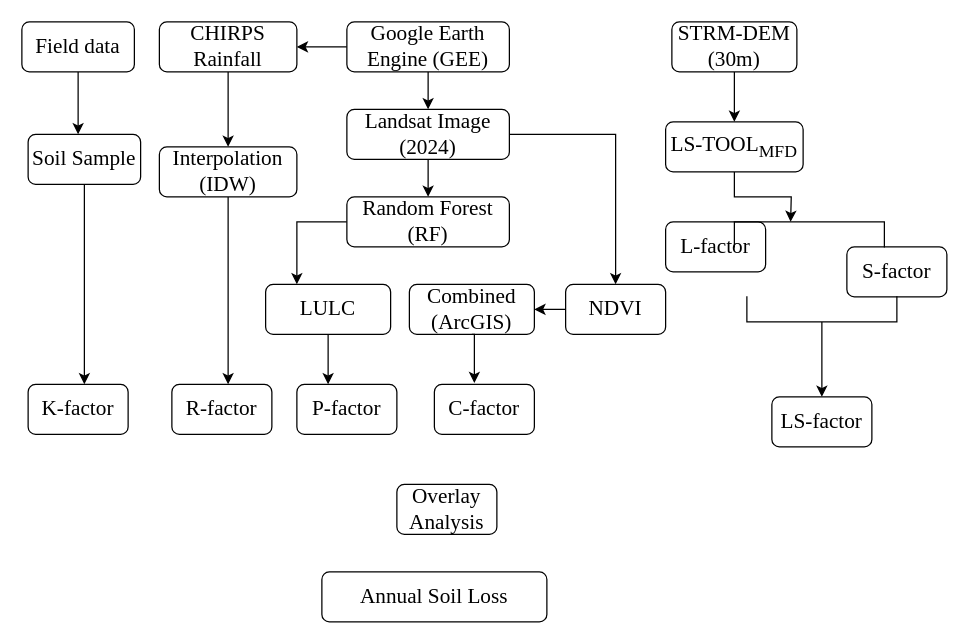
yemioke/PRISMA2020 keeps this draw.io diagram as RUSLE.drawio. Above is the earlier version. Source tidied: cells renumbered, new cells numbered last; positions are measured from the earlier drawing's top-left corner, leaving out a move shared by most shapes. Both pictures are drawn from the tidied source at 125%, with x=0, y=0 at pixel (21, 21).
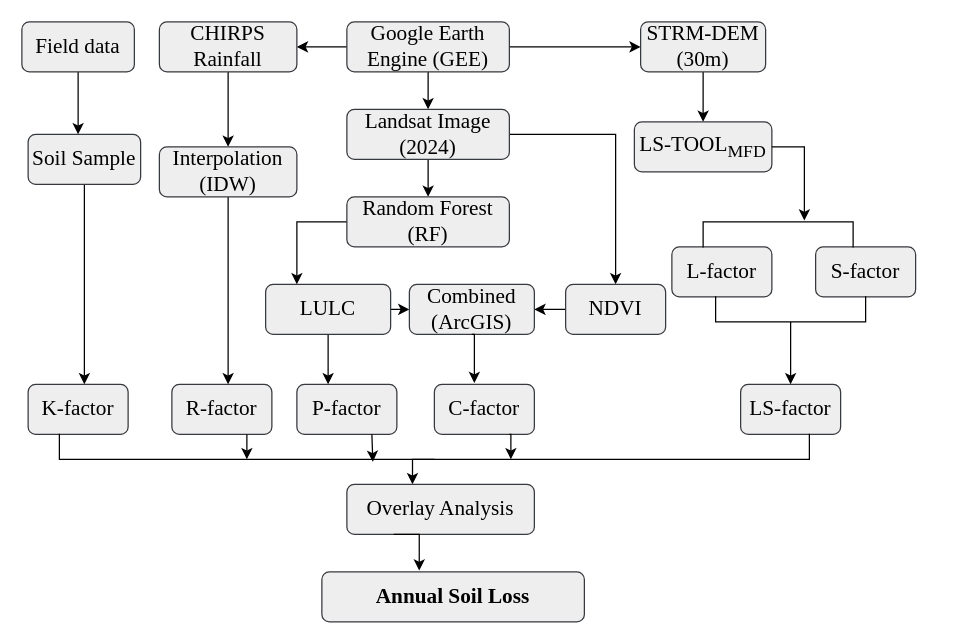
After the change.

The edit, as a diff of the source:
```diff
@@
+    <mxCell id="40" style="edgeStyle=orthogonalEdgeStyle;rounded=0;jettySize=auto;html=1;exitX=1;exitY=0.5;exitDx=0;exitDy=0;entryX=0;entryY=0.5;entryDx=0;entryDy=0;" parent="1" edge="1" source="4" target="22">
+      <mxGeometry relative="1" as="geometry" />
+    </mxCell>
-    <mxCell id="4" value="&lt;font style=&quot;font-size: 17px;&quot; face=&quot;Times New Roman&quot;&gt;Google Earth Engine (GEE)&lt;/font&gt;" style="rounded=1;whiteSpace=wrap;html=1;" parent="1" vertex="1">
+    <mxCell id="4" value="&lt;font style=&quot;font-size: 17px;&quot; face=&quot;Times New Roman&quot;&gt;Google Earth Engine (GEE)&lt;/font&gt;" style="rounded=1;whiteSpace=wrap;html=1;fillColor=#eeeeee;strokeColor=#36393d;" parent="1" vertex="1">
       <mxGeometry x="260" width="130" height="40" as="geometry" />
     </mxCell>
@@
-    <mxCell id="7" value="&lt;font style=&quot;font-size: 17px;&quot; face=&quot;Times New Roman&quot;&gt;Landsat Image (2024)&lt;/font&gt;" style="rounded=1;whiteSpace=wrap;html=1;" parent="1" vertex="1">
+    <mxCell id="7" value="&lt;font style=&quot;font-size: 17px;&quot; face=&quot;Times New Roman&quot;&gt;Landsat Image (2024)&lt;/font&gt;" style="rounded=1;whiteSpace=wrap;html=1;fillColor=#eeeeee;strokeColor=#36393d;" parent="1" vertex="1">
       <mxGeometry x="260" y="70" width="130" height="40" as="geometry" />
     </mxCell>
@@
+    <mxCell id="41" style="edgeStyle=orthogonalEdgeStyle;rounded=0;jettySize=auto;html=1;exitX=1;exitY=0.5;exitDx=0;exitDy=0;entryX=0;entryY=0.5;entryDx=0;entryDy=0;" parent="1" edge="1" source="9" target="38">
+      <mxGeometry relative="1" as="geometry" />
+    </mxCell>
-    <mxCell id="9" value="&lt;font style=&quot;font-size: 17px;&quot; face=&quot;Times New Roman&quot;&gt;LULC&lt;/font&gt;" style="rounded=1;whiteSpace=wrap;html=1;" parent="1" vertex="1">
+    <mxCell id="9" value="&lt;font style=&quot;font-size: 17px;&quot; face=&quot;Times New Roman&quot;&gt;LULC&lt;/font&gt;" style="rounded=1;whiteSpace=wrap;html=1;fillColor=#eeeeee;strokeColor=#36393d;" parent="1" vertex="1">
       <mxGeometry x="195" y="210" width="100" height="40" as="geometry" />
     </mxCell>
@@
-    <mxCell id="11" value="&lt;font style=&quot;font-size: 17px;&quot; face=&quot;Times New Roman&quot;&gt;Random Forest (RF)&lt;/font&gt;" style="rounded=1;whiteSpace=wrap;html=1;" parent="1" vertex="1">
+    <mxCell id="11" value="&lt;font style=&quot;font-size: 17px;&quot; face=&quot;Times New Roman&quot;&gt;Random Forest (RF)&lt;/font&gt;" style="rounded=1;whiteSpace=wrap;html=1;fillColor=#eeeeee;strokeColor=#36393d;" parent="1" vertex="1">
       <mxGeometry x="260" y="140" width="130" height="40" as="geometry" />
     </mxCell>
@@
-    <mxCell id="13" value="&lt;font style=&quot;font-size: 17px;&quot; face=&quot;Times New Roman&quot;&gt;NDVI&lt;/font&gt;" style="rounded=1;whiteSpace=wrap;html=1;" parent="1" vertex="1">
+    <mxCell id="13" value="&lt;font style=&quot;font-size: 17px;&quot; face=&quot;Times New Roman&quot;&gt;NDVI&lt;/font&gt;" style="rounded=1;whiteSpace=wrap;html=1;fillColor=#eeeeee;strokeColor=#36393d;" parent="1" vertex="1">
       <mxGeometry x="435" y="210" width="80" height="40" as="geometry" />
     </mxCell>
-    <mxCell id="14" value="&lt;font style=&quot;font-size: 17px;&quot; face=&quot;Times New Roman&quot;&gt;R-factor&lt;/font&gt;" style="rounded=1;whiteSpace=wrap;html=1;" parent="1" vertex="1">
+    <mxCell id="14" value="&lt;font style=&quot;font-size: 17px;&quot; face=&quot;Times New Roman&quot;&gt;R-factor&lt;/font&gt;" style="rounded=1;whiteSpace=wrap;html=1;fillColor=#eeeeee;strokeColor=#36393d;" parent="1" vertex="1">
       <mxGeometry x="120" y="290" width="80" height="40" as="geometry" />
     </mxCell>
-    <mxCell id="15" value="&lt;font style=&quot;font-size: 17px;&quot; face=&quot;Times New Roman&quot;&gt;P-factor&lt;/font&gt;" style="rounded=1;whiteSpace=wrap;html=1;" parent="1" vertex="1">
+    <mxCell id="15" value="&lt;font style=&quot;font-size: 17px;&quot; face=&quot;Times New Roman&quot;&gt;P-factor&lt;/font&gt;" style="rounded=1;whiteSpace=wrap;html=1;fillColor=#eeeeee;strokeColor=#36393d;" parent="1" vertex="1">
       <mxGeometry x="220" y="290" width="80" height="40" as="geometry" />
     </mxCell>
-    <mxCell id="16" value="&lt;font style=&quot;font-size: 17px;&quot; face=&quot;Times New Roman&quot;&gt;LS-factor&lt;/font&gt;" style="rounded=1;whiteSpace=wrap;html=1;" parent="1" vertex="1">
-      <mxGeometry x="600" y="300" width="80" height="40" as="geometry" />
+    <mxCell id="16" value="&lt;font style=&quot;font-size: 17px;&quot; face=&quot;Times New Roman&quot;&gt;LS-factor&lt;/font&gt;" style="rounded=1;whiteSpace=wrap;html=1;fillColor=#eeeeee;strokeColor=#36393d;" parent="1" vertex="1">
+      <mxGeometry x="575" y="290" width="80" height="40" as="geometry" />
     </mxCell>
-    <mxCell id="17" value="&lt;font style=&quot;font-size: 17px;&quot; face=&quot;Times New Roman&quot;&gt;C-factor&lt;/font&gt;" style="rounded=1;whiteSpace=wrap;html=1;" parent="1" vertex="1">
+    <mxCell id="17" value="&lt;font style=&quot;font-size: 17px;&quot; face=&quot;Times New Roman&quot;&gt;C-factor&lt;/font&gt;" style="rounded=1;whiteSpace=wrap;html=1;fillColor=#eeeeee;strokeColor=#36393d;" parent="1" vertex="1">
       <mxGeometry x="330" y="290" width="80" height="40" as="geometry" />
     </mxCell>
-    <mxCell id="18" value="&lt;font style=&quot;font-size: 17px;&quot; face=&quot;Times New Roman&quot;&gt;K-factor&lt;/font&gt;" style="rounded=1;whiteSpace=wrap;html=1;" parent="1" vertex="1">
+    <mxCell id="18" value="&lt;font style=&quot;font-size: 17px;&quot; face=&quot;Times New Roman&quot;&gt;K-factor&lt;/font&gt;" style="rounded=1;whiteSpace=wrap;html=1;fillColor=#eeeeee;strokeColor=#36393d;" parent="1" vertex="1">
       <mxGeometry x="5" y="290" width="80" height="40" as="geometry" />
     </mxCell>
-    <mxCell id="19" value="&lt;font style=&quot;font-size: 17px;&quot; face=&quot;Times New Roman&quot;&gt;Overlay Analysis&lt;/font&gt;" style="rounded=1;whiteSpace=wrap;html=1;" parent="1" vertex="1">
-      <mxGeometry x="300" y="370" width="80" height="40" as="geometry" />
+    <mxCell id="19" value="&lt;font style=&quot;font-size: 17px;&quot; face=&quot;Times New Roman&quot;&gt;Overlay Analysis&lt;/font&gt;" style="rounded=1;whiteSpace=wrap;html=1;fillColor=#eeeeee;strokeColor=#36393d;" parent="1" vertex="1">
+      <mxGeometry x="260" y="370" width="150" height="40" as="geometry" />
     </mxCell>
-    <mxCell id="20" value="&lt;font style=&quot;font-size: 17px;&quot; face=&quot;Times New Roman&quot;&gt;Annual Soil Loss&lt;/font&gt;" style="rounded=1;whiteSpace=wrap;html=1;" parent="1" vertex="1">
-      <mxGeometry x="240" y="440" width="180" height="40" as="geometry" />
+    <mxCell id="20" value="&lt;font style=&quot;font-size: 17px;&quot; face=&quot;Times New Roman&quot;&gt;&lt;b&gt;Annual Soil Loss&lt;/b&gt;&lt;/font&gt;" style="rounded=1;whiteSpace=wrap;html=1;fillColor=#eeeeee;strokeColor=#36393d;" parent="1" vertex="1">
+      <mxGeometry x="240" y="440" width="210" height="40" as="geometry" />
     </mxCell>
@@
-    <mxCell id="22" value="&lt;font style=&quot;font-size: 17px;&quot; face=&quot;Times New Roman&quot;&gt;STRM-DEM (30m)&lt;/font&gt;" style="rounded=1;whiteSpace=wrap;html=1;" parent="1" vertex="1">
-      <mxGeometry x="520" width="100" height="40" as="geometry" />
+    <mxCell id="22" value="&lt;font style=&quot;font-size: 17px;&quot; face=&quot;Times New Roman&quot;&gt;STRM-DEM (30m)&lt;/font&gt;" style="rounded=1;whiteSpace=wrap;html=1;fillColor=#eeeeee;strokeColor=#36393d;" parent="1" vertex="1">
+      <mxGeometry x="495" width="100" height="40" as="geometry" />
     </mxCell>
-    <mxCell id="23" value="&lt;font style=&quot;font-size: 17px;&quot; face=&quot;Times New Roman&quot;&gt;LS-TOOL&lt;sub&gt;MFD&lt;/sub&gt;&lt;/font&gt;" style="rounded=1;whiteSpace=wrap;html=1;" parent="1" vertex="1">
-      <mxGeometry x="515" y="80" width="110" height="40" as="geometry" />
+    <mxCell id="23" value="&lt;font style=&quot;font-size: 17px;&quot; face=&quot;Times New Roman&quot;&gt;LS-TOOL&lt;sub&gt;MFD&lt;/sub&gt;&lt;/font&gt;" style="rounded=1;whiteSpace=wrap;html=1;fillColor=#eeeeee;strokeColor=#36393d;" parent="1" vertex="1">
+      <mxGeometry x="490" y="80" width="110" height="40" as="geometry" />
     </mxCell>
-    <mxCell id="24" value="&lt;font style=&quot;font-size: 17px;&quot; face=&quot;Times New Roman&quot;&gt;L-factor&lt;/font&gt;" style="rounded=1;whiteSpace=wrap;html=1;" parent="1" vertex="1">
-      <mxGeometry x="515" y="160" width="80" height="40" as="geometry" />
+    <mxCell id="24" value="&lt;font style=&quot;font-size: 17px;&quot; face=&quot;Times New Roman&quot;&gt;L-factor&lt;/font&gt;" style="rounded=1;whiteSpace=wrap;html=1;fillColor=#eeeeee;strokeColor=#36393d;" parent="1" vertex="1">
+      <mxGeometry x="520" y="180" width="80" height="40" as="geometry" />
     </mxCell>
-    <mxCell id="25" value="&lt;font style=&quot;font-size: 17px;&quot; face=&quot;Times New Roman&quot;&gt;S-factor&lt;/font&gt;" style="rounded=1;whiteSpace=wrap;html=1;" parent="1" vertex="1">
-      <mxGeometry x="660" y="180" width="80" height="40" as="geometry" />
+    <mxCell id="25" value="&lt;font style=&quot;font-size: 17px;&quot; face=&quot;Times New Roman&quot;&gt;S-factor&lt;/font&gt;" style="rounded=1;whiteSpace=wrap;html=1;fillColor=#eeeeee;strokeColor=#36393d;" parent="1" vertex="1">
+      <mxGeometry x="635" y="180" width="80" height="40" as="geometry" />
     </mxCell>
@@
-    <mxCell id="27" value="&lt;font style=&quot;font-size: 17px;&quot; face=&quot;Times New Roman&quot;&gt;Soil Sample&lt;/font&gt;" style="rounded=1;whiteSpace=wrap;html=1;" parent="1" vertex="1">
+    <mxCell id="27" value="&lt;font style=&quot;font-size: 17px;&quot; face=&quot;Times New Roman&quot;&gt;Soil Sample&lt;/font&gt;" style="rounded=1;whiteSpace=wrap;html=1;fillColor=#eeeeee;strokeColor=#36393d;" parent="1" vertex="1">
       <mxGeometry x="5" y="90" width="90" height="40" as="geometry" />
     </mxCell>
@@
-    <mxCell id="29" value="&lt;font style=&quot;font-size: 17px;&quot; face=&quot;Times New Roman&quot;&gt;CHIRPS Rainfall&lt;/font&gt;" style="rounded=1;whiteSpace=wrap;html=1;" parent="1" vertex="1">
+    <mxCell id="29" value="&lt;font style=&quot;font-size: 17px;&quot; face=&quot;Times New Roman&quot;&gt;CHIRPS Rainfall&lt;/font&gt;" style="rounded=1;whiteSpace=wrap;html=1;fillColor=#eeeeee;strokeColor=#36393d;" parent="1" vertex="1">
       <mxGeometry x="110" width="110" height="40" as="geometry" />
     </mxCell>
@@
-    <mxCell id="31" value="&lt;font style=&quot;font-size: 17px;&quot; face=&quot;Times New Roman&quot;&gt;Field data&lt;/font&gt;" style="rounded=1;whiteSpace=wrap;html=1;" parent="1" vertex="1">
+    <mxCell id="31" value="&lt;font style=&quot;font-size: 17px;&quot; face=&quot;Times New Roman&quot;&gt;Field data&lt;/font&gt;" style="rounded=1;whiteSpace=wrap;html=1;fillColor=#eeeeee;strokeColor=#36393d;" parent="1" vertex="1">
       <mxGeometry width="90" height="40" as="geometry" />
     </mxCell>
@@
-    <mxCell id="33" value="&lt;font style=&quot;font-size: 17px;&quot; face=&quot;Times New Roman&quot;&gt;Interpolation (IDW)&lt;/font&gt;" style="rounded=1;whiteSpace=wrap;html=1;" parent="1" vertex="1">
+    <mxCell id="33" value="&lt;font style=&quot;font-size: 17px;&quot; face=&quot;Times New Roman&quot;&gt;Interpolation (IDW)&lt;/font&gt;" style="rounded=1;whiteSpace=wrap;html=1;fillColor=#eeeeee;strokeColor=#36393d;" parent="1" vertex="1">
       <mxGeometry x="110" y="100" width="110" height="40" as="geometry" />
     </mxCell>
     <mxCell id="34" style="shape=partialRectangle;whiteSpace=wrap;html=1;bottom=1;right=1;left=1;top=0;fillColor=none;routingCenterX=-0.5;rotation=-180;" parent="1" vertex="1">
-      <mxGeometry x="570" y="160" width="120" height="20" as="geometry" />
+      <mxGeometry x="545" y="160" width="120" height="20" as="geometry" />
     </mxCell>
-    <mxCell id="35" style="edgeStyle=orthogonalEdgeStyle;rounded=0;jettySize=auto;html=1;exitX=0.5;exitY=1;exitDx=0;exitDy=0;" parent="1" edge="1" source="23">
-      <mxGeometry relative="1" as="geometry">
-        <mxPoint x="615" y="160" as="targetPoint" />
-      </mxGeometry>
-    </mxCell>
     <mxCell id="36" style="edgeStyle=orthogonalEdgeStyle;rounded=0;jettySize=auto;html=1;exitX=0.5;exitY=1;exitDx=0;exitDy=0;" parent="1" edge="1" source="37">
       <mxGeometry relative="1" as="geometry">
-        <mxPoint x="640" y="300" as="targetPoint" />
+        <mxPoint x="615" y="290" as="targetPoint" />
       </mxGeometry>
     </mxCell>
     <mxCell id="37" style="shape=partialRectangle;whiteSpace=wrap;html=1;bottom=1;right=1;left=1;top=0;fillColor=none;routingCenterX=-0.5;rotation=0;" parent="1" vertex="1">
-      <mxGeometry x="580" y="220" width="120" height="20" as="geometry" />
+      <mxGeometry x="555" y="220" width="120" height="20" as="geometry" />
     </mxCell>
-    <mxCell id="38" value="&lt;font style=&quot;font-size: 17px;&quot; face=&quot;Times New Roman&quot;&gt;Combined (ArcGIS)&lt;/font&gt;" style="rounded=1;whiteSpace=wrap;html=1;" parent="1" vertex="1">
+    <mxCell id="38" value="&lt;font style=&quot;font-size: 17px;&quot; face=&quot;Times New Roman&quot;&gt;Combined (ArcGIS)&lt;/font&gt;" style="rounded=1;whiteSpace=wrap;html=1;fillColor=#eeeeee;strokeColor=#36393d;" parent="1" vertex="1">
       <mxGeometry x="310" y="210" width="100" height="40" as="geometry" />
     </mxCell>
@@
+    <mxCell id="42" style="edgeStyle=orthogonalEdgeStyle;rounded=0;jettySize=auto;html=1;exitX=1;exitY=0.5;exitDx=0;exitDy=0;entryX=0.325;entryY=1.05;entryDx=0;entryDy=0;entryPerimeter=0;" parent="1" edge="1" source="23" target="34">
+      <mxGeometry relative="1" as="geometry" />
+    </mxCell>
+    <mxCell id="43" style="shape=partialRectangle;whiteSpace=wrap;html=1;bottom=1;right=1;left=1;top=0;fillColor=none;routingCenterX=-0.5;rotation=0;" parent="1" vertex="1">
+      <mxGeometry x="30" y="330" width="600" height="20" as="geometry" />
+    </mxCell>
+    <mxCell id="44" style="edgeStyle=orthogonalEdgeStyle;rounded=0;orthogonalLoop=1;jettySize=auto;html=1;exitX=0.25;exitY=0;exitDx=0;exitDy=0;entryX=0.25;entryY=1;entryDx=0;entryDy=0;" parent="1" edge="1" source="43" target="43">
+      <mxGeometry relative="1" as="geometry" />
+    </mxCell>
+    <mxCell id="45" style="edgeStyle=orthogonalEdgeStyle;rounded=0;jettySize=auto;html=1;exitX=0.75;exitY=1;exitDx=0;exitDy=0;entryX=0.418;entryY=1.1;entryDx=0;entryDy=0;entryPerimeter=0;" parent="1" edge="1" source="15" target="43">
+      <mxGeometry relative="1" as="geometry" />
+    </mxCell>
+    <mxCell id="46" style="edgeStyle=orthogonalEdgeStyle;rounded=0;jettySize=auto;html=1;exitX=0.75;exitY=1;exitDx=0;exitDy=0;entryX=0.602;entryY=1;entryDx=0;entryDy=0;entryPerimeter=0;" parent="1" edge="1" source="17" target="43">
+      <mxGeometry relative="1" as="geometry" />
+    </mxCell>
+    <mxCell id="47" style="edgeStyle=orthogonalEdgeStyle;rounded=0;jettySize=auto;html=1;exitX=0.5;exitY=1;exitDx=0;exitDy=0;entryX=0.35;entryY=0;entryDx=0;entryDy=0;entryPerimeter=0;" parent="1" edge="1" source="43" target="19">
+      <mxGeometry relative="1" as="geometry" />
+    </mxCell>
+    <mxCell id="48" style="edgeStyle=orthogonalEdgeStyle;rounded=0;jettySize=auto;html=1;exitX=0.25;exitY=1;exitDx=0;exitDy=0;entryX=0.371;entryY=-0.025;entryDx=0;entryDy=0;entryPerimeter=0;" parent="1" edge="1" source="19" target="20">
+      <mxGeometry relative="1" as="geometry" />
+    </mxCell>
```
